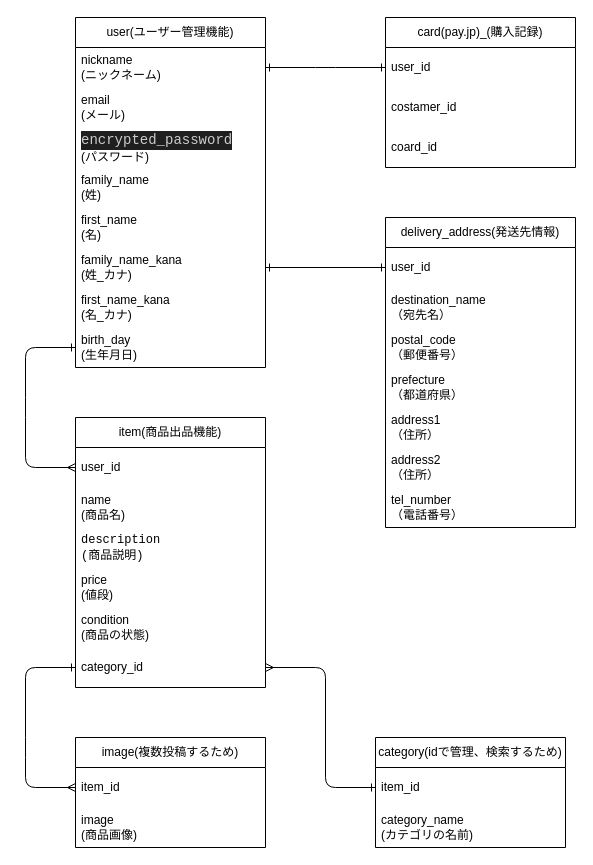
This is db.dio from Yasuhisa-O/furima-39656, a draw.io file, before an edit. Source tidied: cells renumbered, new cells numbered last; positions are measured from the earlier drawing's top-left corner, leaving out a move shared by most shapes. Both pictures are drawn from the tidied source at 100%, with x=0, y=0 at pixel (25, 17).
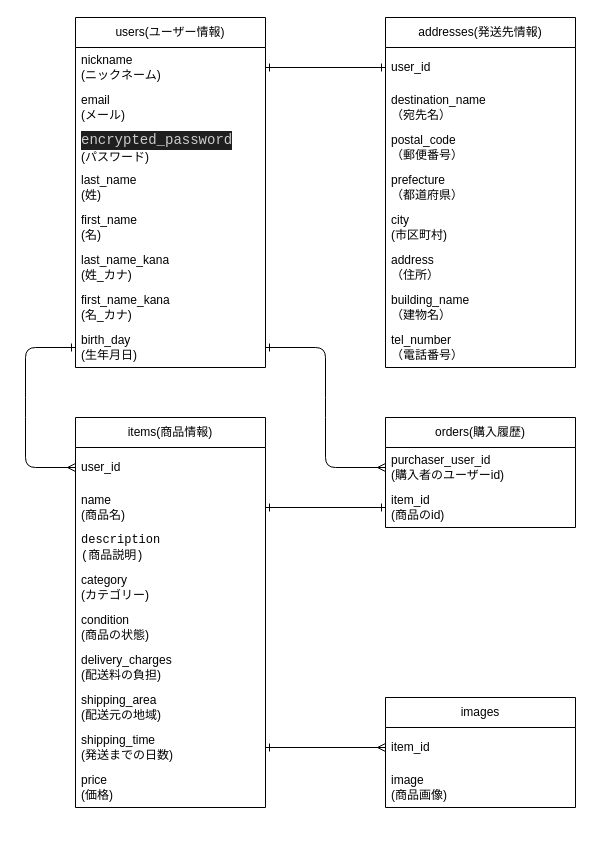
Above is the later version.

Commit message (it also covers changes not shown here):
見本を元にER図を修正

Unchanged cells that the change refers to:
```xml
<mxCell id="3" value="nickname&lt;br&gt;(ニックネーム)" style="text;strokeColor=none;fillColor=none;align=left;verticalAlign=middle;spacingLeft=4;spacingRight=4;overflow=hidden;points=[[0,0.5],[1,0.5]];portConstraint=eastwest;whiteSpace=wrap;html=1;" parent="2" vertex="1">
  <mxGeometry y="30" width="190" height="40" as="geometry" />
</mxCell>
<mxCell id="10" value="birth_day&lt;br&gt;(生年月日)" style="text;strokeColor=none;fillColor=none;align=left;verticalAlign=middle;spacingLeft=4;spacingRight=4;overflow=hidden;points=[[0,0.5],[1,0.5]];portConstraint=eastwest;whiteSpace=wrap;html=1;" parent="2" vertex="1">
  <mxGeometry y="310" width="190" height="40" as="geometry" />
</mxCell>
<mxCell id="13" value="name&lt;br&gt;(商品名)" style="text;strokeColor=none;fillColor=none;align=left;verticalAlign=middle;spacingLeft=4;spacingRight=4;overflow=hidden;points=[[0,0.5],[1,0.5]];portConstraint=eastwest;whiteSpace=wrap;html=1;" parent="11" vertex="1">
  <mxGeometry y="70" width="190" height="40" as="geometry" />
</mxCell>
<mxCell id="24" value="user_id" style="text;strokeColor=none;fillColor=none;align=left;verticalAlign=middle;spacingLeft=4;spacingRight=4;overflow=hidden;points=[[0,0.5],[1,0.5]];portConstraint=eastwest;whiteSpace=wrap;html=1;" parent="23" vertex="1">
  <mxGeometry y="30" width="190" height="40" as="geometry" />
</mxCell>
<mxCell id="34" value="item_id" style="text;strokeColor=none;fillColor=none;align=left;verticalAlign=middle;spacingLeft=4;spacingRight=4;overflow=hidden;points=[[0,0.5],[1,0.5]];portConstraint=eastwest;whiteSpace=wrap;html=1;" parent="33" vertex="1">
  <mxGeometry y="30" width="190" height="40" as="geometry" />
</mxCell>
```

Change to the diagram source:
```diff
@@
-    <mxCell id="2" value="user(ユーザー管理機能)" style="swimlane;fontStyle=0;horizontal=1;startSize=30;whiteSpace=wrap;html=1;" parent="1" vertex="1">
+    <mxCell id="2" value="users(ユーザー情報)" style="swimlane;fontStyle=0;horizontal=1;startSize=30;whiteSpace=wrap;html=1;" parent="1" vertex="1">
       <mxGeometry x="50" width="190" height="350" as="geometry" />
     </mxCell>
@@
-    <mxCell id="6" value="family_name&lt;br&gt;(姓)" style="text;strokeColor=none;fillColor=none;align=left;verticalAlign=middle;spacingLeft=4;spacingRight=4;overflow=hidden;whiteSpace=wrap;html=1;" parent="2" vertex="1">
+    <mxCell id="6" value="last_name&lt;br&gt;(姓)" style="text;strokeColor=none;fillColor=none;align=left;verticalAlign=middle;spacingLeft=4;spacingRight=4;overflow=hidden;whiteSpace=wrap;html=1;" parent="2" vertex="1">
       <mxGeometry y="150" width="190" height="40" as="geometry" />
     </mxCell>
@@
-    <mxCell id="8" value="family_name_kana&lt;br&gt;(姓_カナ)" style="text;strokeColor=none;fillColor=none;align=left;verticalAlign=middle;spacingLeft=4;spacingRight=4;overflow=hidden;points=[[0,0.5],[1,0.5]];portConstraint=eastwest;whiteSpace=wrap;html=1;" parent="2" vertex="1">
+    <mxCell id="8" value="last_name_kana&lt;br&gt;(姓_カナ)" style="text;strokeColor=none;fillColor=none;align=left;verticalAlign=middle;spacingLeft=4;spacingRight=4;overflow=hidden;points=[[0,0.5],[1,0.5]];portConstraint=eastwest;whiteSpace=wrap;html=1;" parent="2" vertex="1">
       <mxGeometry y="230" width="190" height="40" as="geometry" />
     </mxCell>
@@
-    <mxCell id="11" value="item(商品出品機能)" style="swimlane;fontStyle=0;horizontal=1;startSize=30;whiteSpace=wrap;html=1;" parent="1" vertex="1">
-      <mxGeometry x="50" y="400" width="190" height="270" as="geometry" />
+    <mxCell id="11" value="items(商品情報)" style="swimlane;fontStyle=0;horizontal=1;startSize=30;whiteSpace=wrap;html=1;" parent="1" vertex="1">
+      <mxGeometry x="50" y="400" width="190" height="390" as="geometry" />
     </mxCell>
@@
+    <mxCell id="41" value="&lt;span style=&quot;text-align: center;&quot;&gt;category&lt;br&gt;(カテゴリー)&lt;br&gt;&lt;/span&gt;" style="text;strokeColor=none;fillColor=none;align=left;verticalAlign=middle;spacingLeft=4;spacingRight=4;overflow=hidden;whiteSpace=wrap;html=1;" parent="11" vertex="1">
+      <mxGeometry y="150" width="190" height="40" as="geometry" />
+    </mxCell>
+    <mxCell id="16" value="condition&lt;br&gt;(商品の状態)" style="text;strokeColor=none;fillColor=none;align=left;verticalAlign=middle;spacingLeft=4;spacingRight=4;overflow=hidden;whiteSpace=wrap;html=1;" parent="11" vertex="1">
+      <mxGeometry y="190" width="190" height="40" as="geometry" />
+    </mxCell>
+    <mxCell id="42" value="delivery_charges&lt;br&gt;(配送料の負担)" style="text;strokeColor=none;fillColor=none;align=left;verticalAlign=middle;spacingLeft=4;spacingRight=4;overflow=hidden;whiteSpace=wrap;html=1;" parent="11" vertex="1">
+      <mxGeometry y="230" width="190" height="40" as="geometry" />
+    </mxCell>
+    <mxCell id="43" value="shipping_area&lt;br&gt;(配送元の地域)" style="text;strokeColor=none;fillColor=none;align=left;verticalAlign=middle;spacingLeft=4;spacingRight=4;overflow=hidden;whiteSpace=wrap;html=1;" parent="11" vertex="1">
+      <mxGeometry y="270" width="190" height="40" as="geometry" />
+    </mxCell>
+    <mxCell id="44" value="shipping_time&lt;br&gt;(発送までの日数)" style="text;strokeColor=none;fillColor=none;align=left;verticalAlign=middle;spacingLeft=4;spacingRight=4;overflow=hidden;points=[[0,0.5],[1,0.5]];portConstraint=eastwest;whiteSpace=wrap;html=1;" parent="11" vertex="1">
+      <mxGeometry y="310" width="190" height="40" as="geometry" />
+    </mxCell>
-    <mxCell id="15" value="price&lt;br&gt;(値段)" style="text;strokeColor=none;fillColor=none;align=left;verticalAlign=middle;spacingLeft=4;spacingRight=4;overflow=hidden;whiteSpace=wrap;html=1;" parent="11" vertex="1">
-      <mxGeometry y="150" width="190" height="40" as="geometry" />
+    <mxCell id="15" value="price&lt;br&gt;(価格)" style="text;strokeColor=none;fillColor=none;align=left;verticalAlign=middle;spacingLeft=4;spacingRight=4;overflow=hidden;whiteSpace=wrap;html=1;" parent="11" vertex="1">
+      <mxGeometry y="350" width="190" height="40" as="geometry" />
     </mxCell>
-    <mxCell id="16" value="condition&lt;br&gt;(商品の状態)" style="text;strokeColor=none;fillColor=none;align=left;verticalAlign=middle;spacingLeft=4;spacingRight=4;overflow=hidden;whiteSpace=wrap;html=1;" parent="11" vertex="1">
-      <mxGeometry y="190" width="190" height="40" as="geometry" />
-    </mxCell>
-    <mxCell id="17" value="&lt;span style=&quot;text-align: center;&quot;&gt;category_id&lt;/span&gt;" style="text;strokeColor=none;fillColor=none;align=left;verticalAlign=middle;spacingLeft=4;spacingRight=4;overflow=hidden;points=[[0,0.5],[1,0.5]];portConstraint=eastwest;whiteSpace=wrap;html=1;" parent="11" vertex="1">
-      <mxGeometry y="230" width="190" height="40" as="geometry" />
-    </mxCell>
-    <mxCell id="18" value="card(pay.jp)_(購入記録)" style="swimlane;fontStyle=0;horizontal=1;startSize=30;whiteSpace=wrap;html=1;" parent="1" vertex="1">
-      <mxGeometry x="360" width="190" height="150" as="geometry" />
-    </mxCell>
-    <mxCell id="19" value="user_id" style="text;strokeColor=none;fillColor=none;align=left;verticalAlign=middle;spacingLeft=4;spacingRight=4;overflow=hidden;points=[[0,0.5],[1,0.5]];portConstraint=eastwest;whiteSpace=wrap;html=1;" parent="18" vertex="1">
-      <mxGeometry y="30" width="190" height="40" as="geometry" />
-    </mxCell>
-    <mxCell id="20" value="costamer_id" style="text;strokeColor=none;fillColor=none;align=left;verticalAlign=middle;spacingLeft=4;spacingRight=4;overflow=hidden;whiteSpace=wrap;html=1;" parent="18" vertex="1">
-      <mxGeometry y="70" width="190" height="40" as="geometry" />
-    </mxCell>
-    <mxCell id="21" value="coard_id&lt;br&gt;&lt;div style=&quot;color: rgb(204, 204, 204); background-color: rgb(31, 31, 31); font-family: Consolas, &amp;quot;Courier New&amp;quot;, monospace; font-size: 14px; line-height: 19px;&quot;&gt;&lt;/div&gt;" style="text;strokeColor=none;fillColor=none;align=left;verticalAlign=middle;spacingLeft=4;spacingRight=4;overflow=hidden;whiteSpace=wrap;html=1;" parent="18" vertex="1">
-      <mxGeometry y="110" width="190" height="40" as="geometry" />
-    </mxCell>
-    <mxCell id="22" style="edgeStyle=none;html=1;entryX=1;entryY=0.5;entryDx=0;entryDy=0;startArrow=ERone;startFill=0;endArrow=ERone;endFill=0;exitX=0;exitY=0.5;exitDx=0;exitDy=0;" parent="1" edge="1" source="19" target="3">
-      <mxGeometry relative="1" as="geometry">
-        <Array as="points">
-          <mxPoint x="300" y="50" />
-        </Array>
-      </mxGeometry>
-    </mxCell>
-    <mxCell id="23" value="delivery_address(発送先情報)" style="swimlane;fontStyle=0;horizontal=1;startSize=30;whiteSpace=wrap;html=1;" parent="1" vertex="1">
-      <mxGeometry x="360" y="200" width="190" height="310" as="geometry" />
+    <mxCell id="23" value="addresses(発送先情報)" style="swimlane;fontStyle=0;horizontal=1;startSize=30;whiteSpace=wrap;html=1;" parent="1" vertex="1">
+      <mxGeometry x="360" width="190" height="350" as="geometry" />
     </mxCell>
@@
+    <mxCell id="45" value="city&lt;br&gt;(市区町村)" style="text;strokeColor=none;fillColor=none;align=left;verticalAlign=middle;spacingLeft=4;spacingRight=4;overflow=hidden;whiteSpace=wrap;html=1;" parent="23" vertex="1">
+      <mxGeometry y="190" width="190" height="40" as="geometry" />
+    </mxCell>
-    <mxCell id="28" value="address1&lt;br&gt;（住所）" style="text;strokeColor=none;fillColor=none;align=left;verticalAlign=middle;spacingLeft=4;spacingRight=4;overflow=hidden;whiteSpace=wrap;html=1;" parent="23" vertex="1">
-      <mxGeometry y="190" width="190" height="40" as="geometry" />
+    <mxCell id="28" value="address&lt;br&gt;（住所）" style="text;strokeColor=none;fillColor=none;align=left;verticalAlign=middle;spacingLeft=4;spacingRight=4;overflow=hidden;whiteSpace=wrap;html=1;" parent="23" vertex="1">
+      <mxGeometry y="230" width="190" height="40" as="geometry" />
     </mxCell>
-    <mxCell id="29" value="address2&lt;br&gt;（住所）" style="text;strokeColor=none;fillColor=none;align=left;verticalAlign=middle;spacingLeft=4;spacingRight=4;overflow=hidden;whiteSpace=wrap;html=1;" parent="23" vertex="1">
-      <mxGeometry y="230" width="190" height="40" as="geometry" />
+    <mxCell id="29" value="building_name&lt;br&gt;（建物名）" style="text;strokeColor=none;fillColor=none;align=left;verticalAlign=middle;spacingLeft=4;spacingRight=4;overflow=hidden;whiteSpace=wrap;html=1;" parent="23" vertex="1">
+      <mxGeometry y="270" width="190" height="40" as="geometry" />
     </mxCell>
     <mxCell id="30" value="tel_number&lt;br&gt;（電話番号）" style="text;strokeColor=none;fillColor=none;align=left;verticalAlign=middle;spacingLeft=4;spacingRight=4;overflow=hidden;whiteSpace=wrap;html=1;" parent="23" vertex="1">
-      <mxGeometry y="270" width="190" height="40" as="geometry" />
+      <mxGeometry y="310" width="190" height="40" as="geometry" />
     </mxCell>
-    <mxCell id="31" style="edgeStyle=none;html=1;exitX=0;exitY=0.5;exitDx=0;exitDy=0;entryX=1;entryY=0.5;entryDx=0;entryDy=0;startArrow=ERone;startFill=0;endArrow=ERone;endFill=0;" parent="1" edge="1" source="24" target="8">
+    <mxCell id="31" style="edgeStyle=none;html=1;exitX=0;exitY=0.5;exitDx=0;exitDy=0;entryX=1;entryY=0.5;entryDx=0;entryDy=0;startArrow=ERone;startFill=0;endArrow=ERone;endFill=0;" parent="1" edge="1" source="24" target="3">
       <mxGeometry relative="1" as="geometry" />
     </mxCell>
@@
-    <mxCell id="33" value="image(複数投稿するため)" style="swimlane;fontStyle=0;horizontal=1;startSize=30;whiteSpace=wrap;html=1;" parent="1" vertex="1">
-      <mxGeometry x="50" y="720" width="190" height="110" as="geometry" />
+    <mxCell id="33" value="images" style="swimlane;fontStyle=0;horizontal=1;startSize=30;whiteSpace=wrap;html=1;" parent="1" vertex="1">
+      <mxGeometry x="360" y="680" width="190" height="110" as="geometry" />
     </mxCell>
@@
-    <mxCell id="36" value="category(idで管理、検索するため)" style="swimlane;fontStyle=0;horizontal=1;startSize=30;whiteSpace=wrap;html=1;" parent="1" vertex="1">
-      <mxGeometry x="350" y="720" width="190" height="110" as="geometry" />
-    </mxCell>
-    <mxCell id="37" value="item_id" style="text;strokeColor=none;fillColor=none;align=left;verticalAlign=middle;spacingLeft=4;spacingRight=4;overflow=hidden;points=[[0,0.5],[1,0.5]];portConstraint=eastwest;whiteSpace=wrap;html=1;" parent="36" vertex="1">
-      <mxGeometry y="30" width="190" height="40" as="geometry" />
-    </mxCell>
-    <mxCell id="38" value="&lt;span style=&quot;text-align: center;&quot;&gt;category_name&lt;/span&gt;&lt;br&gt;(カテゴリの名前)" style="text;strokeColor=none;fillColor=none;align=left;verticalAlign=middle;spacingLeft=4;spacingRight=4;overflow=hidden;whiteSpace=wrap;html=1;" parent="36" vertex="1">
-      <mxGeometry y="70" width="190" height="40" as="geometry" />
-    </mxCell>
-    <mxCell id="39" style="edgeStyle=none;html=1;exitX=0;exitY=0.5;exitDx=0;exitDy=0;entryX=0;entryY=0.5;entryDx=0;entryDy=0;fontSize=12;fontColor=#F0F0F0;startArrow=ERmany;startFill=0;endArrow=ERone;endFill=0;" parent="1" edge="1" source="34">
-      <mxGeometry relative="1" as="geometry">
-        <mxPoint x="50" y="650" as="targetPoint" />
-        <Array as="points">
-          <mxPoint y="770" />
-          <mxPoint y="730" />
-          <mxPoint y="650" />
-        </Array>
-      </mxGeometry>
-    </mxCell>
-    <mxCell id="40" style="edgeStyle=none;html=1;exitX=0;exitY=0.5;exitDx=0;exitDy=0;entryX=1;entryY=0.5;entryDx=0;entryDy=0;fontSize=12;fontColor=#F0F0F0;startArrow=ERone;startFill=0;endArrow=ERmany;endFill=0;" parent="1" edge="1" source="37" target="17">
-      <mxGeometry relative="1" as="geometry">
-        <Array as="points">
-          <mxPoint x="300" y="770" />
-          <mxPoint x="300" y="650" />
-        </Array>
-      </mxGeometry>
-    </mxCell>
+    <mxCell id="46" value="orders(購入履歴)" style="swimlane;fontStyle=0;horizontal=1;startSize=30;whiteSpace=wrap;html=1;" parent="1" vertex="1">
+      <mxGeometry x="360" y="400" width="190" height="110" as="geometry" />
+    </mxCell>
+    <mxCell id="47" value="purchaser_user_id&lt;br&gt;(購入者のユーザーid)" style="text;strokeColor=none;fillColor=none;align=left;verticalAlign=middle;spacingLeft=4;spacingRight=4;overflow=hidden;points=[[0,0.5],[1,0.5]];portConstraint=eastwest;whiteSpace=wrap;html=1;" parent="46" vertex="1">
+      <mxGeometry y="30" width="190" height="40" as="geometry" />
+    </mxCell>
+    <mxCell id="48" value="item_id&lt;br&gt;(商品のid)" style="text;strokeColor=none;fillColor=none;align=left;verticalAlign=middle;spacingLeft=4;spacingRight=4;overflow=hidden;points=[[0,0.5],[1,0.5]];portConstraint=eastwest;whiteSpace=wrap;html=1;" parent="46" vertex="1">
+      <mxGeometry y="70" width="190" height="40" as="geometry" />
+    </mxCell>
+    <mxCell id="49" style="edgeStyle=none;html=1;exitX=0;exitY=0.5;exitDx=0;exitDy=0;entryX=1;entryY=0.5;entryDx=0;entryDy=0;startArrow=ERone;startFill=0;endArrow=ERone;endFill=0;" parent="1" edge="1" source="48" target="13">
+      <mxGeometry relative="1" as="geometry" />
+    </mxCell>
+    <mxCell id="50" style="edgeStyle=none;html=1;exitX=0;exitY=0.5;exitDx=0;exitDy=0;entryX=1;entryY=0.5;entryDx=0;entryDy=0;startArrow=ERmany;startFill=0;endArrow=ERone;endFill=0;" parent="1" edge="1" source="47" target="10">
+      <mxGeometry relative="1" as="geometry">
+        <Array as="points">
+          <mxPoint x="300" y="450" />
+          <mxPoint x="300" y="390" />
+          <mxPoint x="300" y="330" />
+        </Array>
+      </mxGeometry>
+    </mxCell>
+    <mxCell id="51" style="edgeStyle=none;html=1;exitX=0;exitY=0.5;exitDx=0;exitDy=0;entryX=1;entryY=0.5;entryDx=0;entryDy=0;startArrow=ERmany;startFill=0;endArrow=ERone;endFill=0;" parent="1" edge="1" source="34" target="44">
+      <mxGeometry relative="1" as="geometry" />
+    </mxCell>
```
